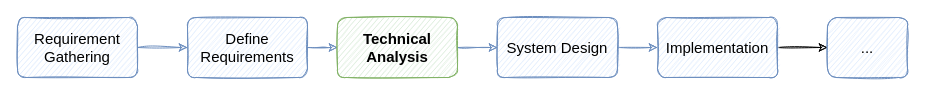
Earlier version of the draw.io diagram assets/diagrams/TechnicalRequirementAnalysis.drawio (pkritiotis/pkritiotis.github.io). Source tidied: cells renumbered, new cells numbered last; positions are measured from the earlier drawing's top-left corner, leaving out a move shared by most shapes. Both pictures are drawn from the tidied source at 100%, with x=0, y=0 at pixel (17, 17).
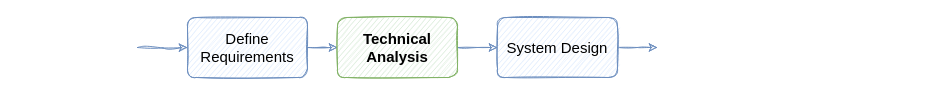
Above is the later version.

The edit, as a diff of the source:
```diff
@@
 <mxGraphModel>
   <root>
     <mxCell id="0" />
     <mxCell id="1" parent="0" />
-    <mxCell id="2" style="edgeStyle=orthogonalEdgeStyle;rounded=0;jettySize=auto;html=1;fillColor=#dae8fc;strokeColor=#6c8ebf;fontFamily=Kalam;fontSize=15;sketch=1;" parent="1" edge="1" source="3" target="5">
-      <mxGeometry relative="1" as="geometry" />
+    <mxCell id="2" style="edgeStyle=orthogonalEdgeStyle;rounded=0;jettySize=auto;html=1;fillColor=#dae8fc;strokeColor=#6c8ebf;fontFamily=Kalam;fontSize=15;sketch=1;" parent="1" edge="1" target="5">
+      <mxGeometry relative="1" as="geometry">
+        <mxPoint x="120" y="30" as="sourcePoint" />
+      </mxGeometry>
     </mxCell>
-    <mxCell id="3" value="Requirement Gathering" style="rounded=1;whiteSpace=wrap;html=1;fillColor=#dae8fc;strokeColor=#6c8ebf;fontFamily=Kalam;fontSize=15;sketch=1;" parent="1" vertex="1">
-      <mxGeometry width="120" height="60" as="geometry" />
-    </mxCell>
     <mxCell id="4" style="edgeStyle=orthogonalEdgeStyle;rounded=0;jettySize=auto;html=1;fillColor=#dae8fc;strokeColor=#6c8ebf;fontFamily=Kalam;fontSize=15;sketch=1;" parent="1" edge="1" source="5" target="7">
       <mxGeometry relative="1" as="geometry" />
     </mxCell>
     <mxCell id="5" value="Define Requirements" style="rounded=1;whiteSpace=wrap;html=1;fillColor=#dae8fc;strokeColor=#6c8ebf;fontFamily=Kalam;fontSize=15;sketch=1;" parent="1" vertex="1">
       <mxGeometry x="170" width="120" height="60" as="geometry" />
     </mxCell>
     <mxCell id="6" style="edgeStyle=orthogonalEdgeStyle;rounded=0;jettySize=auto;html=1;fillColor=#dae8fc;strokeColor=#6c8ebf;fontFamily=Kalam;fontSize=15;sketch=1;" parent="1" edge="1" source="7" target="9">
       <mxGeometry relative="1" as="geometry" />
     </mxCell>
     <mxCell id="7" value="Technical Analysis" style="rounded=1;whiteSpace=wrap;html=1;fillColor=#d5e8d4;strokeColor=#82b366;fontFamily=Kalam;fontSize=15;sketch=1;fontStyle=1;" parent="1" vertex="1">
       <mxGeometry x="320" width="120" height="60" as="geometry" />
     </mxCell>
-    <mxCell id="8" style="edgeStyle=orthogonalEdgeStyle;rounded=0;jettySize=auto;html=1;fillColor=#dae8fc;strokeColor=#6c8ebf;fontFamily=Kalam;fontSize=15;sketch=1;" parent="1" edge="1" source="9" target="11">
-      <mxGeometry relative="1" as="geometry" />
+    <mxCell id="8" style="edgeStyle=orthogonalEdgeStyle;rounded=0;jettySize=auto;html=1;fillColor=#dae8fc;strokeColor=#6c8ebf;fontFamily=Kalam;fontSize=15;sketch=1;" parent="1" edge="1" source="9">
+      <mxGeometry relative="1" as="geometry">
+        <mxPoint x="640" y="30" as="targetPoint" />
+      </mxGeometry>
     </mxCell>
     <mxCell id="9" value="System Design" style="rounded=1;whiteSpace=wrap;html=1;fillColor=#dae8fc;strokeColor=#6c8ebf;fontFamily=Kalam;fontSize=15;sketch=1;" parent="1" vertex="1">
       <mxGeometry x="480" width="120" height="60" as="geometry" />
     </mxCell>
-    <mxCell id="10" style="edgeStyle=orthogonalEdgeStyle;rounded=0;sketch=1;jettySize=auto;html=1;fontFamily=Kalam;fontSize=15;" parent="1" edge="1" source="11" target="12">
-      <mxGeometry relative="1" as="geometry" />
-    </mxCell>
-    <mxCell id="11" value="Implementation" style="rounded=1;whiteSpace=wrap;html=1;fillColor=#dae8fc;strokeColor=#6c8ebf;fontFamily=Kalam;fontSize=15;sketch=1;" parent="1" vertex="1">
-      <mxGeometry x="640" width="120" height="60" as="geometry" />
-    </mxCell>
-    <mxCell id="12" value="..." style="rounded=1;whiteSpace=wrap;html=1;fillColor=#dae8fc;strokeColor=#6c8ebf;fontFamily=Kalam;fontSize=15;sketch=1;" parent="1" vertex="1">
-      <mxGeometry x="810" width="80" height="60" as="geometry" />
-    </mxCell>
   </root>
 </mxGraphModel>
```
